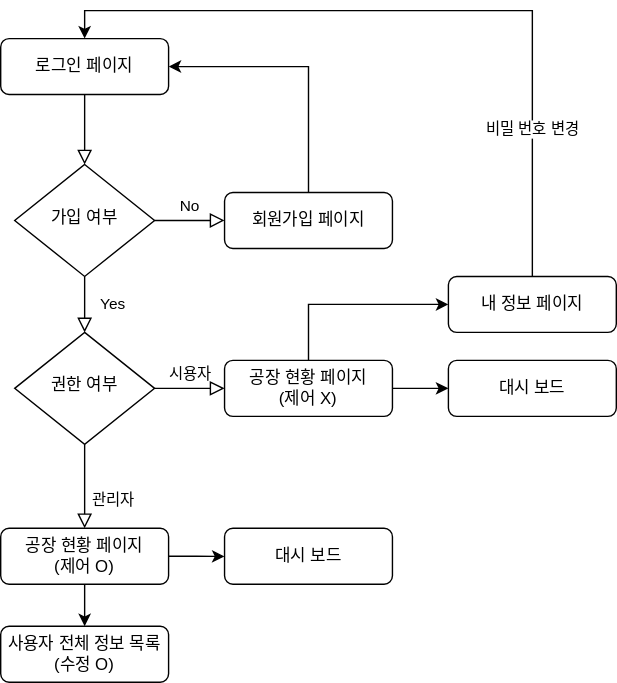
Before: FlowChart.drawio.svg, a diagram exported from draw.io (KCLH/kclh_client). Source tidied: cells renumbered, new cells last; positions are measured from the earlier drawing's top-left corner, leaving out a move shared by most shapes.
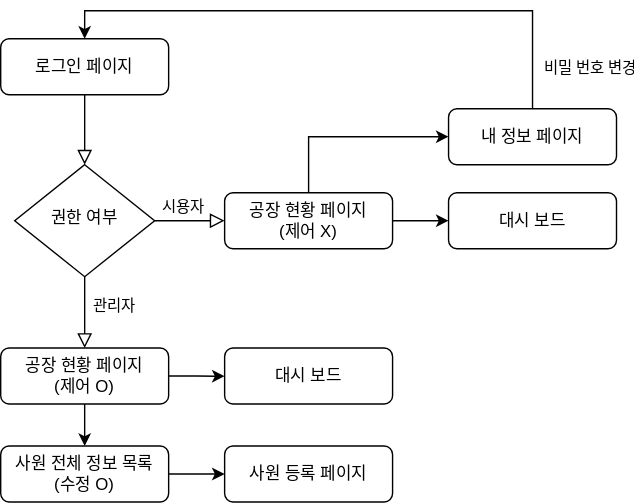
The same file after the commit.

Change to the diagram source:
```diff
@@ -2,50 +2,36 @@
   <root>
     <mxCell id="0" />
     <mxCell id="1" parent="0" />
-    <mxCell id="2" style="rounded=0;html=1;jettySize=auto;fontSize=11;endArrow=block;endFill=0;endSize=8;strokeWidth=1;shadow=0;labelBackgroundColor=none;edgeStyle=orthogonalEdgeStyle;" parent="1" edge="1" source="3" target="6">
+    <mxCell id="2" style="rounded=0;html=1;jettySize=auto;fontSize=11;endArrow=block;endFill=0;endSize=8;strokeWidth=1;shadow=0;labelBackgroundColor=none;edgeStyle=orthogonalEdgeStyle;entryX=0.5;entryY=0;entryDx=0;entryDy=0;" parent="1" edge="1" source="3" target="11">
       <mxGeometry relative="1" as="geometry" />
     </mxCell>
     <mxCell id="3" value="로그인 페이지" style="rounded=1;whiteSpace=wrap;html=1;fontSize=12;glass=0;strokeWidth=1;shadow=0;" parent="1" vertex="1">
       <mxGeometry width="120" height="40" as="geometry" />
     </mxCell>
-    <mxCell id="4" value="Yes" style="rounded=0;html=1;jettySize=auto;fontSize=11;endArrow=block;endFill=0;endSize=8;strokeWidth=1;shadow=0;labelBackgroundColor=none;edgeStyle=orthogonalEdgeStyle;" parent="1" edge="1" source="6" target="11">
-      <mxGeometry y="20" relative="1" as="geometry" />
-    </mxCell>
-    <mxCell id="5" value="No" style="edgeStyle=orthogonalEdgeStyle;rounded=0;html=1;jettySize=auto;fontSize=11;endArrow=block;endFill=0;endSize=8;strokeWidth=1;shadow=0;labelBackgroundColor=none;" parent="1" edge="1" source="6" target="8">
-      <mxGeometry y="10" relative="1" as="geometry" />
-    </mxCell>
-    <mxCell id="6" value="가입 여부" style="rhombus;whiteSpace=wrap;html=1;shadow=0;fontFamily=Helvetica;fontSize=12;align=center;strokeWidth=1;spacing=6;spacingTop=-4;" parent="1" vertex="1">
-      <mxGeometry x="10" y="90" width="100" height="80" as="geometry" />
-    </mxCell>
-    <mxCell id="7" style="edgeStyle=orthogonalEdgeStyle;rounded=0;jettySize=auto;html=1;entryX=1;entryY=0.5;entryDx=0;entryDy=0;" parent="1" edge="1" source="8" target="3">
-      <mxGeometry relative="1" as="geometry">
-        <Array as="points">
-          <mxPoint x="220" y="20" />
-        </Array>
-      </mxGeometry>
-    </mxCell>
-    <mxCell id="8" value="회원가입 페이지" style="rounded=1;whiteSpace=wrap;html=1;fontSize=12;glass=0;strokeWidth=1;shadow=0;" parent="1" vertex="1">
-      <mxGeometry x="160" y="110" width="120" height="40" as="geometry" />
-    </mxCell>
-    <mxCell id="9" value="관리자" style="rounded=0;html=1;jettySize=auto;fontSize=11;endArrow=block;endFill=0;endSize=8;strokeWidth=1;shadow=0;labelBackgroundColor=none;edgeStyle=orthogonalEdgeStyle;" parent="1" edge="1" source="11" target="14">
+    <mxCell id="9" style="rounded=0;html=1;jettySize=auto;fontSize=11;endArrow=block;endFill=0;endSize=8;strokeWidth=1;shadow=0;labelBackgroundColor=none;edgeStyle=orthogonalEdgeStyle;exitX=0.5;exitY=1;exitDx=0;exitDy=0;" parent="1" edge="1" source="11" target="14">
       <mxGeometry x="0.33" y="20" relative="1" as="geometry" />
     </mxCell>
+    <mxCell id="24" value="관리자" style="edgeLabel;html=1;align=center;verticalAlign=middle;" parent="9" vertex="1">
+      <mxGeometry y="2" relative="1" as="geometry">
+        <mxPoint x="18" y="-6" as="offset" />
+      </mxGeometry>
+    </mxCell>
     <mxCell id="10" value="시용자" style="edgeStyle=orthogonalEdgeStyle;rounded=0;html=1;jettySize=auto;fontSize=11;endArrow=block;endFill=0;endSize=8;strokeWidth=1;shadow=0;labelBackgroundColor=none;" parent="1" edge="1" source="11" target="17">
-      <mxGeometry y="10" relative="1" as="geometry" />
+      <mxGeometry x="-0.2" y="10" relative="1" as="geometry" />
     </mxCell>
     <mxCell id="11" value="권한 여부" style="rhombus;whiteSpace=wrap;html=1;shadow=0;fontFamily=Helvetica;fontSize=12;align=center;strokeWidth=1;spacing=6;spacingTop=-4;" parent="1" vertex="1">
-      <mxGeometry x="10" y="210" width="100" height="80" as="geometry" />
+      <mxGeometry x="10" y="90" width="100" height="80" as="geometry" />
     </mxCell>
     <mxCell id="12" style="edgeStyle=orthogonalEdgeStyle;rounded=0;jettySize=auto;html=1;exitX=1;exitY=0.5;exitDx=0;exitDy=0;" parent="1" edge="1" source="14">
       <mxGeometry relative="1" as="geometry">
-        <mxPoint x="160" y="370.1" as="targetPoint" />
+        <mxPoint x="160" y="241.1" as="targetPoint" />
       </mxGeometry>
     </mxCell>
     <mxCell id="13" style="edgeStyle=orthogonalEdgeStyle;rounded=0;jettySize=auto;html=1;entryX=0.5;entryY=0;entryDx=0;entryDy=0;" parent="1" edge="1" source="14" target="23">
       <mxGeometry relative="1" as="geometry" />
     </mxCell>
     <mxCell id="14" value="공장 현황 페이지&lt;br&gt;(제어 O)" style="rounded=1;whiteSpace=wrap;html=1;fontSize=12;glass=0;strokeWidth=1;shadow=0;" parent="1" vertex="1">
-      <mxGeometry y="350" width="120" height="40" as="geometry" />
+      <mxGeometry y="221" width="120" height="40" as="geometry" />
     </mxCell>
     <mxCell id="15" style="edgeStyle=orthogonalEdgeStyle;rounded=0;jettySize=auto;html=1;entryX=0;entryY=0.5;entryDx=0;entryDy=0;exitX=0.5;exitY=0;exitDx=0;exitDy=0;" parent="1" edge="1" source="17" target="20">
       <mxGeometry relative="1" as="geometry" />
@@ -54,27 +40,33 @@
       <mxGeometry relative="1" as="geometry" />
     </mxCell>
     <mxCell id="17" value="공장 현황 페이지&lt;br&gt;(제어 X)" style="rounded=1;whiteSpace=wrap;html=1;fontSize=12;glass=0;strokeWidth=1;shadow=0;" parent="1" vertex="1">
-      <mxGeometry x="160" y="230" width="120" height="40" as="geometry" />
+      <mxGeometry x="160" y="110" width="120" height="40" as="geometry" />
     </mxCell>
     <mxCell id="18" style="edgeStyle=orthogonalEdgeStyle;rounded=0;jettySize=auto;html=1;exitX=0.5;exitY=0;exitDx=0;exitDy=0;entryX=0.5;entryY=0;entryDx=0;entryDy=0;" parent="1" edge="1" source="20" target="3">
       <mxGeometry relative="1" as="geometry" />
     </mxCell>
     <mxCell id="19" value="비밀 번호 변경" style="edgeLabel;html=1;align=center;verticalAlign=middle;" parent="18" vertex="1">
       <mxGeometry x="-0.6" relative="1" as="geometry">
-        <mxPoint x="-1" as="offset" />
+        <mxPoint x="52" y="40" as="offset" />
       </mxGeometry>
     </mxCell>
     <mxCell id="20" value="내 정보 페이지" style="rounded=1;whiteSpace=wrap;html=1;fontSize=12;glass=0;strokeWidth=1;shadow=0;" parent="1" vertex="1">
-      <mxGeometry x="320" y="170" width="120" height="40" as="geometry" />
+      <mxGeometry x="320" y="50" width="120" height="40" as="geometry" />
     </mxCell>
     <mxCell id="21" value="대시 보드" style="rounded=1;whiteSpace=wrap;html=1;fontSize=12;glass=0;strokeWidth=1;shadow=0;" parent="1" vertex="1">
-      <mxGeometry x="320" y="230" width="120" height="40" as="geometry" />
+      <mxGeometry x="320" y="110" width="120" height="40" as="geometry" />
     </mxCell>
     <mxCell id="22" value="대시 보드" style="rounded=1;whiteSpace=wrap;html=1;fontSize=12;glass=0;strokeWidth=1;shadow=0;" parent="1" vertex="1">
-      <mxGeometry x="160" y="350" width="120" height="40" as="geometry" />
+      <mxGeometry x="160" y="221" width="120" height="40" as="geometry" />
     </mxCell>
+    <mxCell id="25" style="edgeStyle=orthogonalEdgeStyle;rounded=0;jettySize=auto;html=1;exitX=1;exitY=0.5;exitDx=0;exitDy=0;" parent="1" edge="1" source="23" target="26">
+      <mxGeometry relative="1" as="geometry" />
+    </mxCell>
-    <mxCell id="23" value="사용자 전체 정보 목록&lt;br&gt;(수정 O)" style="rounded=1;whiteSpace=wrap;html=1;fontSize=12;glass=0;strokeWidth=1;shadow=0;" parent="1" vertex="1">
-      <mxGeometry y="420" width="120" height="40" as="geometry" />
+    <mxCell id="23" value="사원 전체 정보 목록&lt;br&gt;(수정 O)" style="rounded=1;whiteSpace=wrap;html=1;fontSize=12;glass=0;strokeWidth=1;shadow=0;" parent="1" vertex="1">
+      <mxGeometry y="291" width="120" height="40" as="geometry" />
     </mxCell>
+    <mxCell id="26" value="사원 등록 페이지" style="rounded=1;whiteSpace=wrap;html=1;fontSize=12;glass=0;strokeWidth=1;shadow=0;" parent="1" vertex="1">
+      <mxGeometry x="160" y="291" width="120" height="40" as="geometry" />
+    </mxCell>
   </root>
 </mxGraphModel>
```
